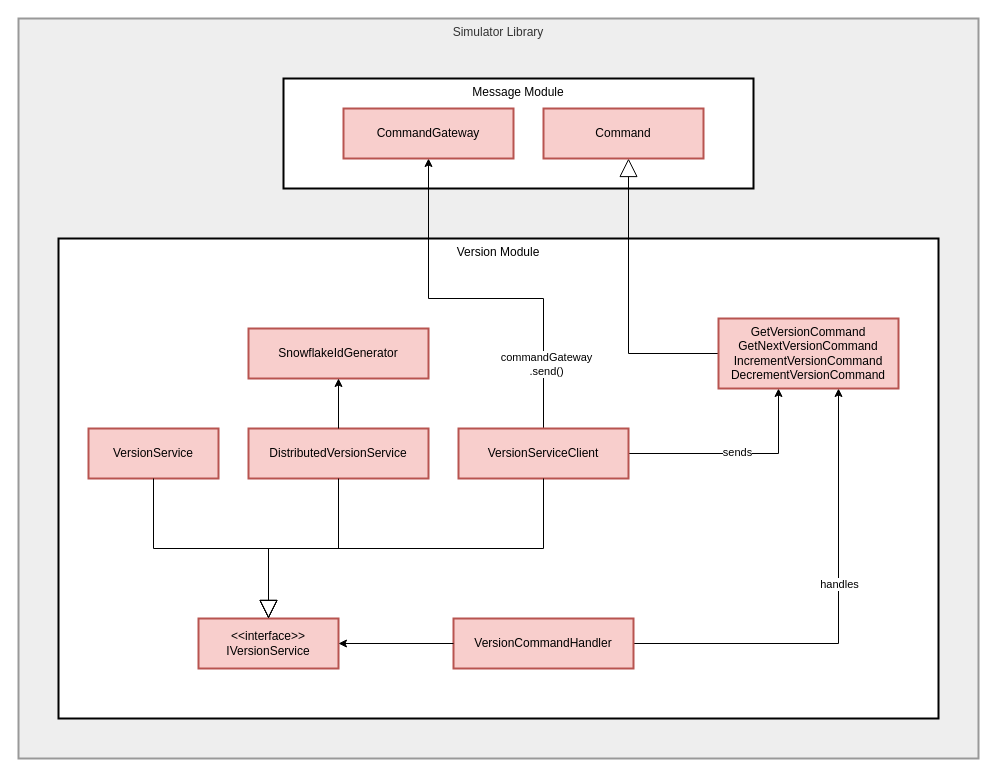
The draw.io diagram data/figs/architecture/layers/layers_version.drawio in socialsoftware/microservices-simulator, before the edit. Source tidied: cells renumbered, new cells numbered last; positions are measured from the earlier drawing's top-left corner, leaving out a move shared by most shapes. Both pictures are drawn from the tidied source at 100%, with x=0, y=0 at pixel (18, 18).
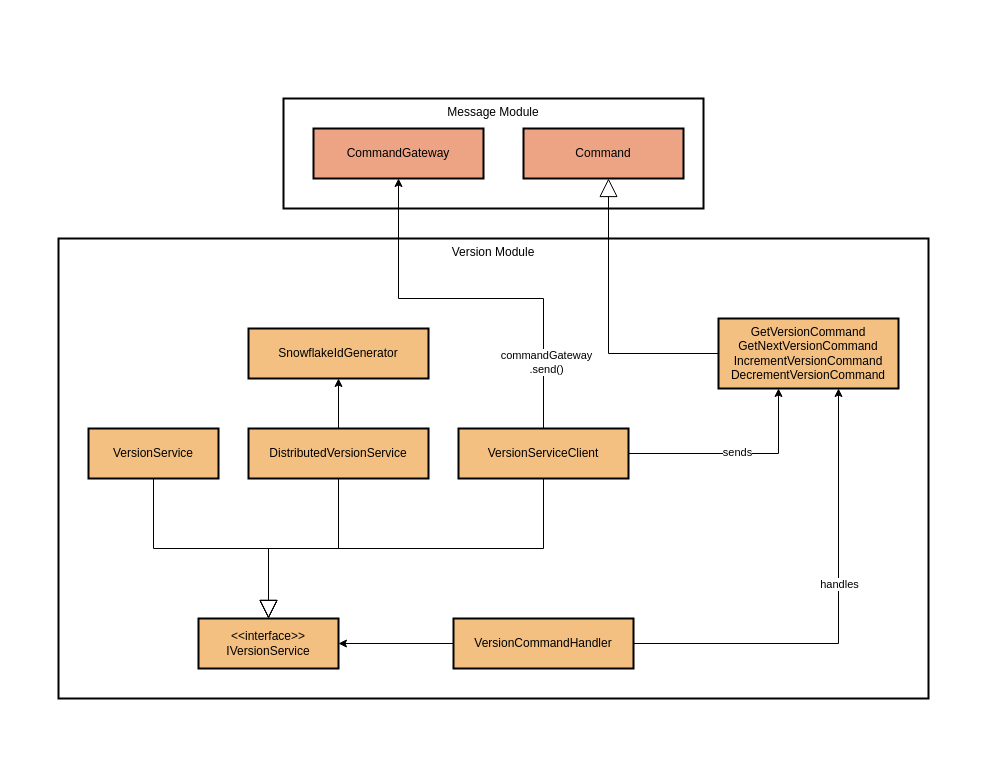
Above is the later version.

The edit, as a diff of the source:
```diff
@@
-    <mxCell id="2" value="Simulator Library" style="whiteSpace=wrap;strokeWidth=2;verticalAlign=top;fillColor=light-dark(#eeeeee,#1f2020);strokeColor=light-dark(#999999,#cccccc);fontColor=light-dark(#333333,#cccccc);" parent="1" vertex="1">
-      <mxGeometry width="960" height="740" as="geometry" />
-    </mxCell>
     <mxCell id="3" value="Version Module" style="whiteSpace=wrap;strokeWidth=2;verticalAlign=top;" parent="1" vertex="1">
-      <mxGeometry x="40" y="220" width="880" height="480" as="geometry" />
+      <mxGeometry x="40" y="220" width="870" height="460" as="geometry" />
     </mxCell>
     <mxCell id="4" value="Message Module" style="whiteSpace=wrap;strokeWidth=2;verticalAlign=top;" parent="1" vertex="1">
-      <mxGeometry x="265" y="60" width="470" height="110" as="geometry" />
+      <mxGeometry x="265" y="80" width="420" height="110" as="geometry" />
     </mxCell>
-    <mxCell id="5" value="&lt;&lt;interface&gt;&gt;&#10;IVersionService" style="whiteSpace=wrap;strokeWidth=2;fillColor=#f8cecc;strokeColor=#b85450;" parent="1" vertex="1">
+    <mxCell id="5" value="&lt;&lt;interface&gt;&gt;&#10;IVersionService" style="whiteSpace=wrap;strokeWidth=2;fillColor=#F3C082;strokeColor=#000000;" parent="1" vertex="1">
       <mxGeometry x="180" y="600" width="140" height="50" as="geometry" />
     </mxCell>
-    <mxCell id="6" value="VersionService" style="whiteSpace=wrap;strokeWidth=2;fillColor=#f8cecc;strokeColor=#b85450;" parent="1" vertex="1">
+    <mxCell id="6" value="VersionService" style="whiteSpace=wrap;strokeWidth=2;fillColor=#F3C082;strokeColor=#000000;" parent="1" vertex="1">
       <mxGeometry x="70" y="410" width="130" height="50" as="geometry" />
     </mxCell>
-    <mxCell id="7" value="DistributedVersionService" style="whiteSpace=wrap;strokeWidth=2;fillColor=#f8cecc;strokeColor=#b85450;" parent="1" vertex="1">
+    <mxCell id="7" value="DistributedVersionService" style="whiteSpace=wrap;strokeWidth=2;fillColor=#F3C082;strokeColor=#000000;" parent="1" vertex="1">
       <mxGeometry x="230" y="410" width="180" height="50" as="geometry" />
     </mxCell>
     <mxCell id="8" style="edgeStyle=orthogonalEdgeStyle;rounded=0;jettySize=auto;html=1;strokeWidth=1;" parent="1" edge="1" source="12" target="24">
       <mxGeometry relative="1" as="geometry">
         <Array as="points">
           <mxPoint x="525" y="280" />
-          <mxPoint x="410" y="280" />
+          <mxPoint x="380" y="280" />
         </Array>
       </mxGeometry>
     </mxCell>
@@
-    <mxCell id="12" value="VersionServiceClient" style="whiteSpace=wrap;strokeWidth=2;fillColor=#f8cecc;strokeColor=#b85450;" parent="1" vertex="1">
+    <mxCell id="12" value="VersionServiceClient" style="whiteSpace=wrap;strokeWidth=2;fillColor=#F3C082;strokeColor=#000000;" parent="1" vertex="1">
       <mxGeometry x="440" y="410" width="170" height="50" as="geometry" />
     </mxCell>
-    <mxCell id="13" value="SnowflakeIdGenerator" style="whiteSpace=wrap;strokeWidth=2;fillColor=#f8cecc;strokeColor=#b85450;" parent="1" vertex="1">
+    <mxCell id="13" value="SnowflakeIdGenerator" style="whiteSpace=wrap;strokeWidth=2;fillColor=#F3C082;strokeColor=#000000;" parent="1" vertex="1">
       <mxGeometry x="230" y="310" width="180" height="50" as="geometry" />
     </mxCell>
@@
-    <mxCell id="16" value="VersionCommandHandler" style="whiteSpace=wrap;strokeWidth=2;fillColor=#f8cecc;strokeColor=#b85450;" parent="1" vertex="1">
+    <mxCell id="16" value="VersionCommandHandler" style="whiteSpace=wrap;strokeWidth=2;fillColor=#F3C082;strokeColor=#000000;" parent="1" vertex="1">
       <mxGeometry x="435" y="600" width="180" height="50" as="geometry" />
     </mxCell>
     <mxCell id="17" style="edgeStyle=orthogonalEdgeStyle;rounded=0;jettySize=auto;html=1;endArrow=block;endFill=0;endSize=16;strokeWidth=1;" parent="1" edge="1" source="18" target="25">
       <mxGeometry relative="1" as="geometry">
         <Array as="points">
-          <mxPoint x="610" y="335" />
+          <mxPoint x="590" y="335" />
         </Array>
       </mxGeometry>
     </mxCell>
-    <mxCell id="18" value="GetVersionCommand&#10;GetNextVersionCommand&#10;IncrementVersionCommand&#10;DecrementVersionCommand" style="whiteSpace=wrap;strokeWidth=2;fillColor=#f8cecc;strokeColor=#b85450;" parent="1" vertex="1">
+    <mxCell id="18" value="GetVersionCommand&#10;GetNextVersionCommand&#10;IncrementVersionCommand&#10;DecrementVersionCommand" style="whiteSpace=wrap;strokeWidth=2;fillColor=#F3C082;strokeColor=#000000;" parent="1" vertex="1">
       <mxGeometry x="700" y="300" width="180" height="70" as="geometry" />
     </mxCell>
@@
-    <mxCell id="24" value="CommandGateway" style="whiteSpace=wrap;strokeWidth=2;fillColor=#f8cecc;strokeColor=#b85450;" parent="1" vertex="1">
-      <mxGeometry x="325" y="90" width="170" height="50" as="geometry" />
+    <mxCell id="24" value="CommandGateway" style="whiteSpace=wrap;strokeWidth=2;fillColor=#ECA485;strokeColor=#000000;" parent="1" vertex="1">
+      <mxGeometry x="295" y="110" width="170" height="50" as="geometry" />
     </mxCell>
-    <mxCell id="25" value="Command" style="whiteSpace=wrap;strokeWidth=2;fillColor=#f8cecc;strokeColor=#b85450;" parent="1" vertex="1">
-      <mxGeometry x="525" y="90" width="160" height="50" as="geometry" />
+    <mxCell id="25" value="Command" style="whiteSpace=wrap;strokeWidth=2;fillColor=#ECA485;strokeColor=#000000;" parent="1" vertex="1">
+      <mxGeometry x="505" y="110" width="160" height="50" as="geometry" />
     </mxCell>
```
